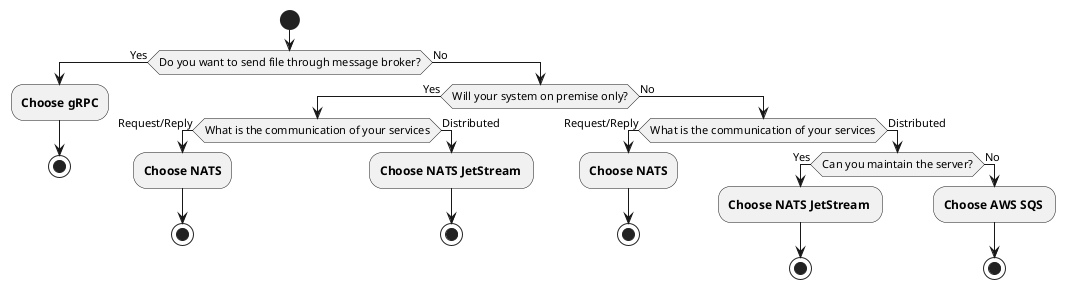
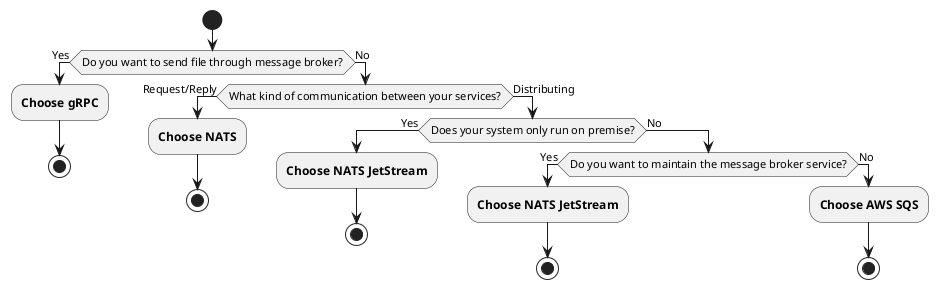
@startuml Broker Selection
start
- if(Do you want to send file through message broker?) then (Yes)
+ if (Do you want to send file through message broker?) then (Yes)
    :**Choose gRPC**;
    stop
else (No)
-     if (Will your system on premise only?) then (Yes)
-         if (What is the communication of your services) then (Request/Reply)
+     if (What kind of communication between your services?) then (Request/Reply)
			:**Choose NATS**;
			stop
-         else (Distributed)
-             :**Choose NATS JetStream **;
+     else (Distributing)
+         if(Does your system only run on premise?) then (Yes)
+             :**Choose NATS JetStream**;
            stop
-         endif
-     else (No)
-         if (What is the communication of your services) then (Request/Reply)
- 			:**Choose NATS**;
- 			stop
-         else (Distributed)
-             if (Can you maintain the server?) then (Yes)
-                 :**Choose NATS JetStream **;
+         else (No)
+             if (Do you want to maintain the message broker service?) then (Yes)
+                 :**Choose NATS JetStream**;
                stop
            else (No)
-                 :**Choose AWS SQS **;
+                 :**Choose AWS SQS**;
                stop
-             endif
        endif
    endif
endif
@enduml